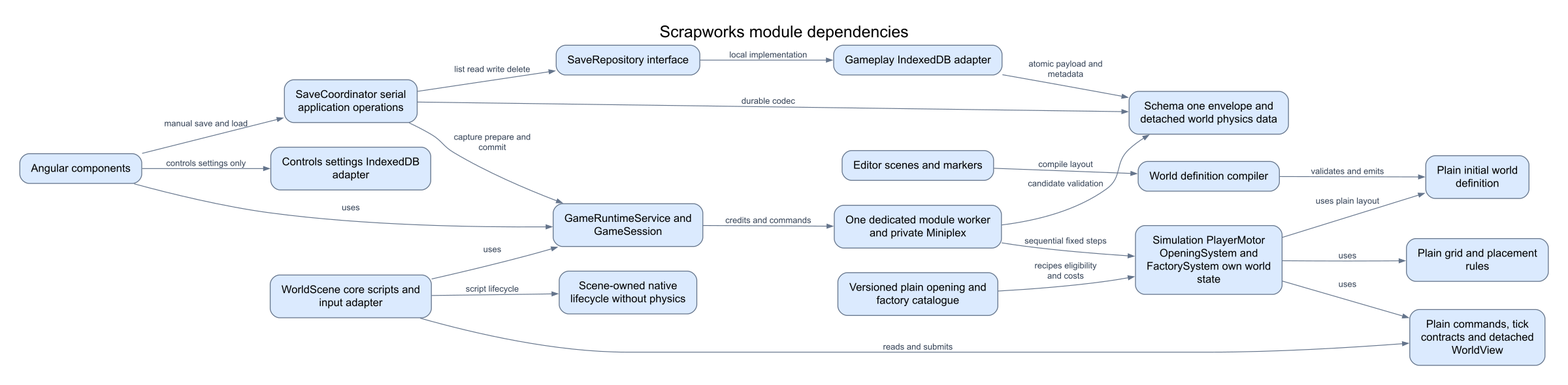
Googlproxer/Scrapworks keeps this Mermaid diagram as docs/diagrams/module-dependencies.png. Above is the earlier version. Its source is kept beside it as docs/diagrams/src/module-dependencies.mmd.
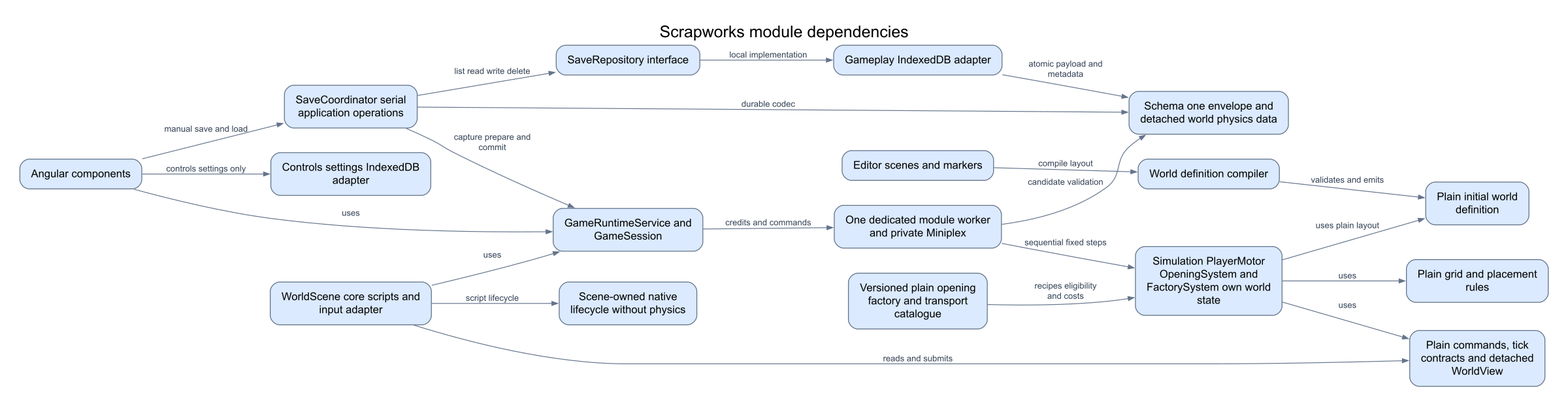
Above is the later version.

The edit, as a diff of the source:
```diff
@@ -7,7 +7,7 @@
     Definition[Plain initial world definition]
     Application[GameRuntimeService and GameSession]
     Simulation[Simulation PlayerMotor OpeningSystem and FactorySystem own world state]
-    Content[Versioned plain opening and factory catalogue]
+    Content[Versioned plain opening factory and transport catalogue]
     Grid[Plain grid and placement rules]
     Model[Plain commands, tick contracts and detached WorldView]
     Settings[Controls settings IndexedDB adapter]
```
